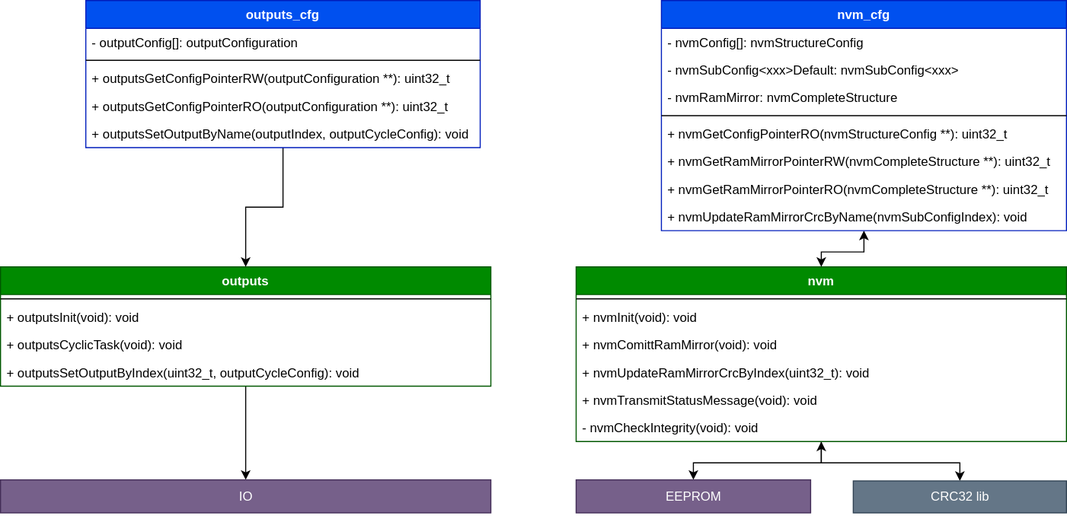
The draw.io diagram architecture.svg in gregrob/publisher, before a commit. Source tidied: cells renumbered, new cells last; positions are measured from the earlier drawing's top-left corner, leaving out a move shared by most shapes.
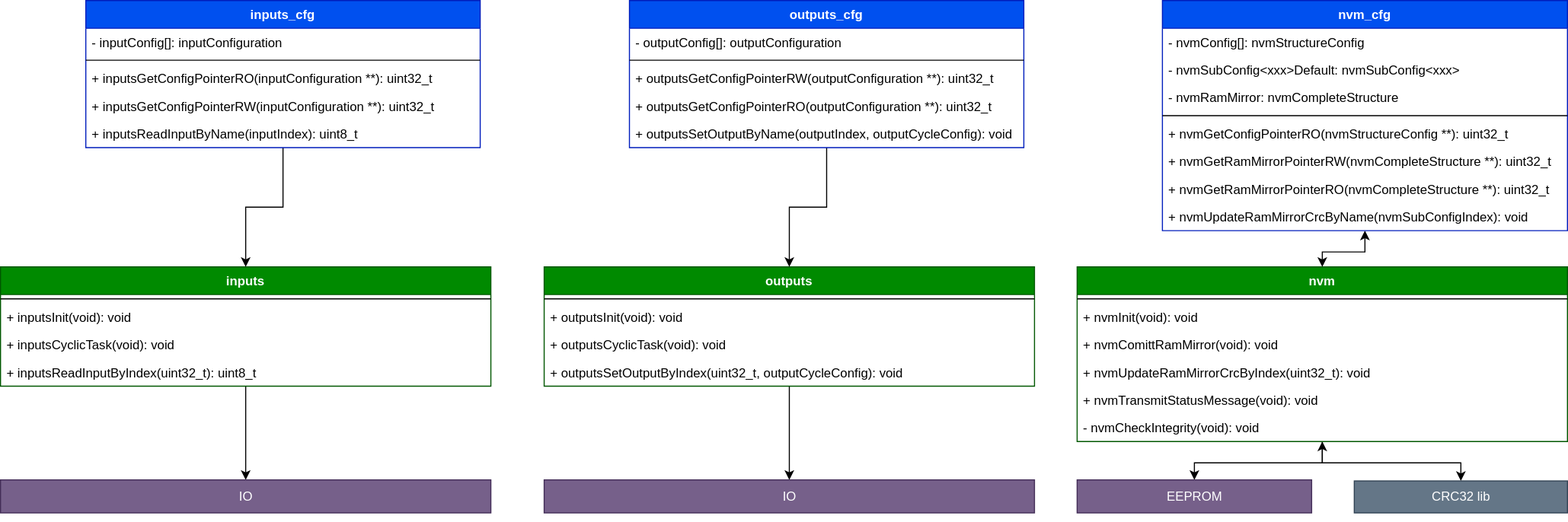
Later version of the same file.

What changed in the source:
```diff
@@ -72,7 +72,7 @@
       <mxGeometry relative="1" as="geometry" />
     </mxCell>
     <mxCell id="25" value="outputs" style="swimlane;fontStyle=1;align=center;verticalAlign=top;horizontal=1;startSize=26;fillColor=#008a00;strokeColor=#005700;fontColor=#ffffff;" parent="1" vertex="1">
-      <mxGeometry y="250" width="460" height="112" as="geometry" />
+      <mxGeometry x="40" y="250" width="460" height="112" as="geometry" />
     </mxCell>
     <mxCell id="26" style="line;strokeWidth=1;fillColor=none;align=left;verticalAlign=middle;spacingTop=-1;spacingLeft=3;spacingRight=3;labelPosition=right;" parent="25" vertex="1">
       <mxGeometry y="26" width="460" height="8" as="geometry" />
@@ -90,7 +90,7 @@
       <mxGeometry relative="1" as="geometry" />
     </mxCell>
     <mxCell id="31" value="outputs_cfg" style="swimlane;fontStyle=1;align=center;verticalAlign=top;horizontal=1;startSize=26;fillColor=#0050ef;strokeColor=#001DBC;fontColor=#ffffff;" parent="1" vertex="1">
-      <mxGeometry x="80" width="370" height="138" as="geometry" />
+      <mxGeometry x="120" width="370" height="138" as="geometry" />
     </mxCell>
     <mxCell id="32" value="- outputConfig[]: outputConfiguration" style="text;strokeColor=none;fillColor=none;align=left;verticalAlign=top;spacingLeft=4;spacingRight=4;overflow=hidden;" parent="31" vertex="1">
       <mxGeometry y="26" width="370" height="26" as="geometry" />
@@ -108,7 +108,49 @@
       <mxGeometry y="112" width="370" height="26" as="geometry" />
     </mxCell>
     <mxCell id="37" value="IO" style="html=1;fillColor=#76608a;strokeColor=#432D57;fontColor=#ffffff;" parent="1" vertex="1">
-      <mxGeometry y="450" width="460" height="31" as="geometry" />
+      <mxGeometry x="40" y="450" width="460" height="31" as="geometry" />
     </mxCell>
+    <mxCell id="38" style="edgeStyle=orthogonalEdgeStyle;rounded=0;jettySize=auto;html=1;entryX=0.5;entryY=0;entryDx=0;entryDy=0;" parent="1" edge="1" source="39" target="51">
+      <mxGeometry relative="1" as="geometry" />
+    </mxCell>
+    <mxCell id="39" value="inputs" style="swimlane;fontStyle=1;align=center;verticalAlign=top;horizontal=1;startSize=26;fillColor=#008a00;strokeColor=#005700;fontColor=#ffffff;" parent="1" vertex="1">
+      <mxGeometry x="-470" y="250" width="460" height="112" as="geometry" />
+    </mxCell>
+    <mxCell id="40" style="line;strokeWidth=1;fillColor=none;align=left;verticalAlign=middle;spacingTop=-1;spacingLeft=3;spacingRight=3;labelPosition=right;" parent="39" vertex="1">
+      <mxGeometry y="26" width="460" height="8" as="geometry" />
+    </mxCell>
+    <mxCell id="41" value="+ inputsInit(void): void" style="text;strokeColor=none;fillColor=none;align=left;verticalAlign=top;spacingLeft=4;spacingRight=4;overflow=hidden;" parent="39" vertex="1">
+      <mxGeometry y="34" width="460" height="26" as="geometry" />
+    </mxCell>
+    <mxCell id="42" value="+ inputsCyclicTask(void): void" style="text;strokeColor=none;fillColor=none;align=left;verticalAlign=top;spacingLeft=4;spacingRight=4;overflow=hidden;" parent="39" vertex="1">
+      <mxGeometry y="60" width="460" height="26" as="geometry" />
+    </mxCell>
+    <mxCell id="43" value="+ inputsReadInputByIndex(uint32_t): uint8_t " style="text;strokeColor=none;fillColor=none;align=left;verticalAlign=top;spacingLeft=4;spacingRight=4;overflow=hidden;" parent="39" vertex="1">
+      <mxGeometry y="86" width="460" height="26" as="geometry" />
+    </mxCell>
+    <mxCell id="44" style="edgeStyle=orthogonalEdgeStyle;rounded=0;jettySize=auto;html=1;entryX=0.5;entryY=0;entryDx=0;entryDy=0;" parent="1" edge="1" source="45" target="39">
+      <mxGeometry relative="1" as="geometry" />
+    </mxCell>
+    <mxCell id="45" value="inputs_cfg" style="swimlane;fontStyle=1;align=center;verticalAlign=top;horizontal=1;startSize=26;fillColor=#0050ef;strokeColor=#001DBC;fontColor=#ffffff;" parent="1" vertex="1">
+      <mxGeometry x="-390" width="370" height="138" as="geometry" />
+    </mxCell>
+    <mxCell id="46" value="- inputConfig[]: inputConfiguration" style="text;strokeColor=none;fillColor=none;align=left;verticalAlign=top;spacingLeft=4;spacingRight=4;overflow=hidden;" parent="45" vertex="1">
+      <mxGeometry y="26" width="370" height="26" as="geometry" />
+    </mxCell>
+    <mxCell id="47" style="line;strokeWidth=1;fillColor=none;align=left;verticalAlign=middle;spacingTop=-1;spacingLeft=3;spacingRight=3;labelPosition=right;" parent="45" vertex="1">
+      <mxGeometry y="52" width="370" height="8" as="geometry" />
+    </mxCell>
+    <mxCell id="48" value="+ inputsGetConfigPointerRO(inputConfiguration **): uint32_t " style="text;strokeColor=none;fillColor=none;align=left;verticalAlign=top;spacingLeft=4;spacingRight=4;overflow=hidden;" parent="45" vertex="1">
+      <mxGeometry y="60" width="370" height="26" as="geometry" />
+    </mxCell>
+    <mxCell id="49" value="+ inputsGetConfigPointerRW(inputConfiguration **): uint32_t" style="text;strokeColor=none;fillColor=none;align=left;verticalAlign=top;spacingLeft=4;spacingRight=4;overflow=hidden;" parent="45" vertex="1">
+      <mxGeometry y="86" width="370" height="26" as="geometry" />
+    </mxCell>
+    <mxCell id="50" value="+ inputsReadInputByName(inputIndex): uint8_t" style="text;strokeColor=none;fillColor=none;align=left;verticalAlign=top;spacingLeft=4;spacingRight=4;overflow=hidden;" parent="45" vertex="1">
+      <mxGeometry y="112" width="370" height="26" as="geometry" />
+    </mxCell>
+    <mxCell id="51" value="IO" style="html=1;fillColor=#76608a;strokeColor=#432D57;fontColor=#ffffff;" parent="1" vertex="1">
+      <mxGeometry x="-470" y="450" width="460" height="31" as="geometry" />
+    </mxCell>
   </root>
 </mxGraphModel>
```
